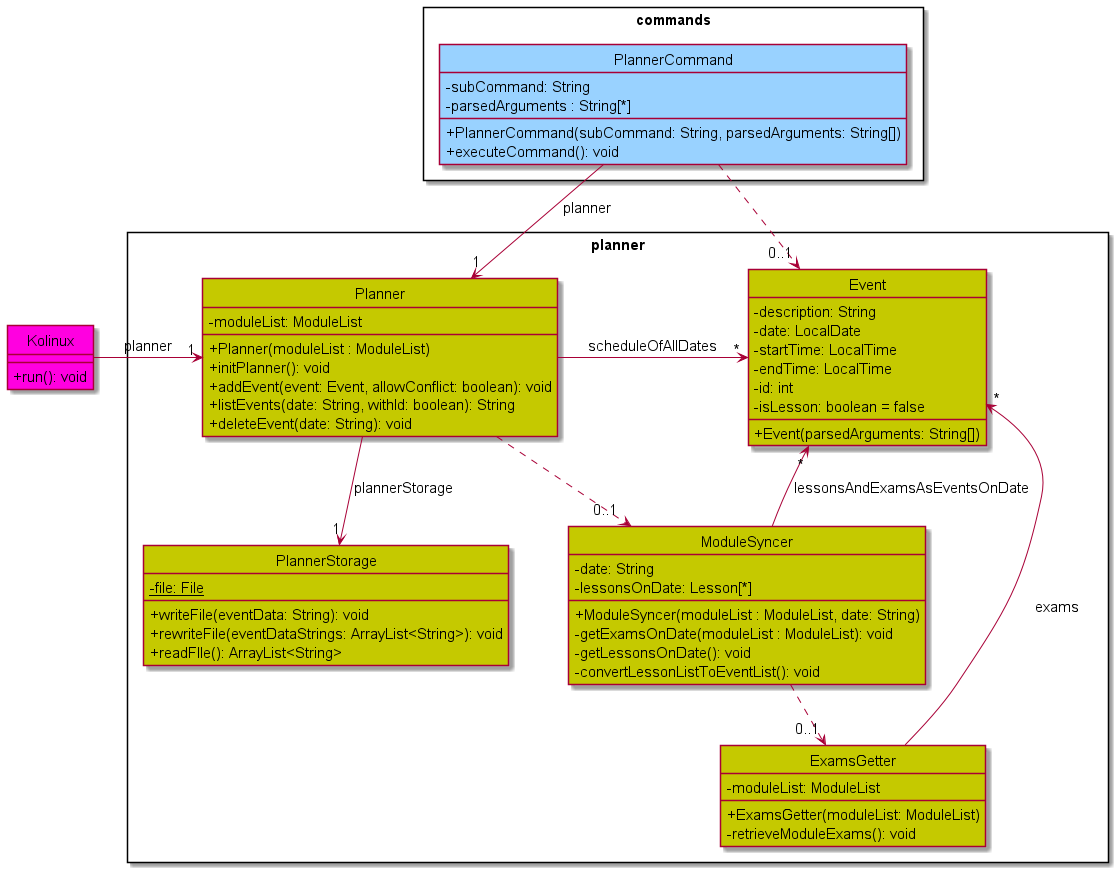
Above: docs/assets/images/PlannerClassDiagram.png in shyamgj1900/tp (PlantUML), before the change.
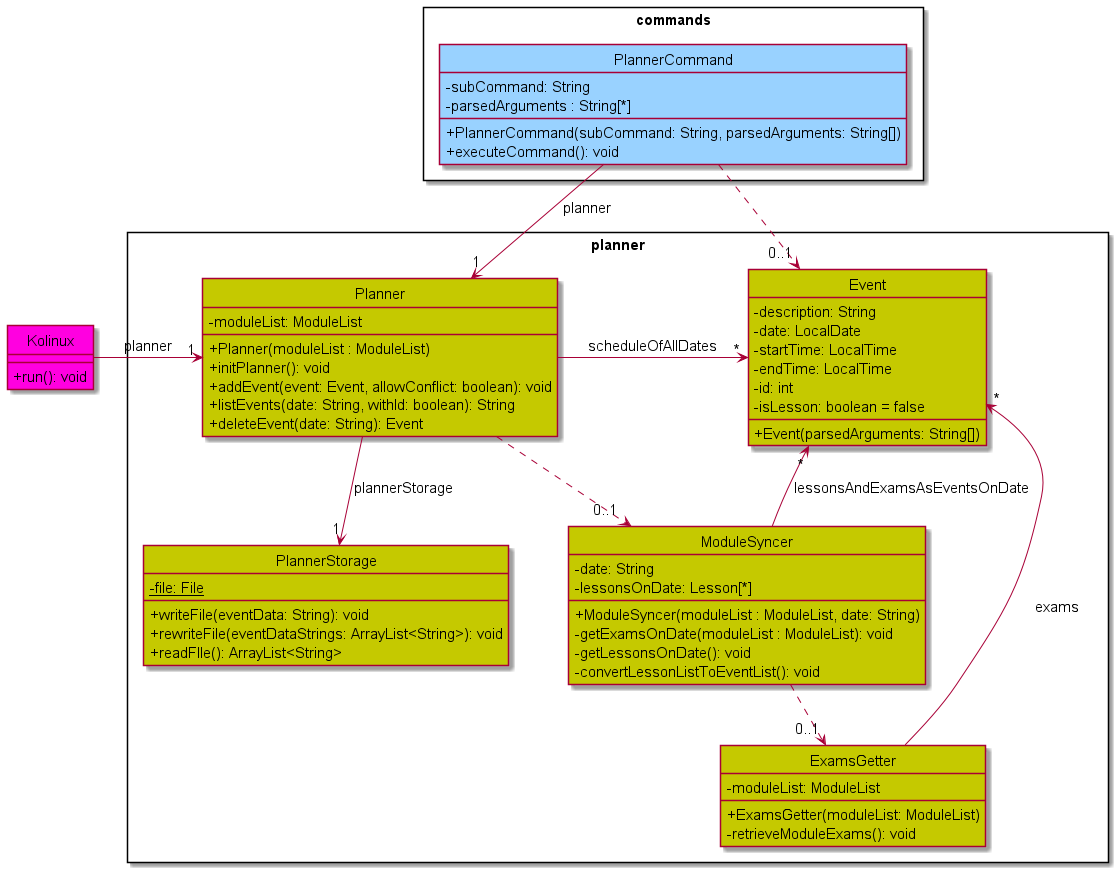
Above is the later version.

Commit message:
Update planner class diagram with new method signature

What changed in the source:
```diff
@@ -33,7 +33,7 @@
     + initPlanner(): void
     + addEvent(event: Event, allowConflict: boolean): void
     + listEvents(date: String, withId: boolean): String
-    + deleteEvent(date: String): void
+    + deleteEvent(date: String): Event
 }
 
 class Event PLANNER_COLOR {
```
